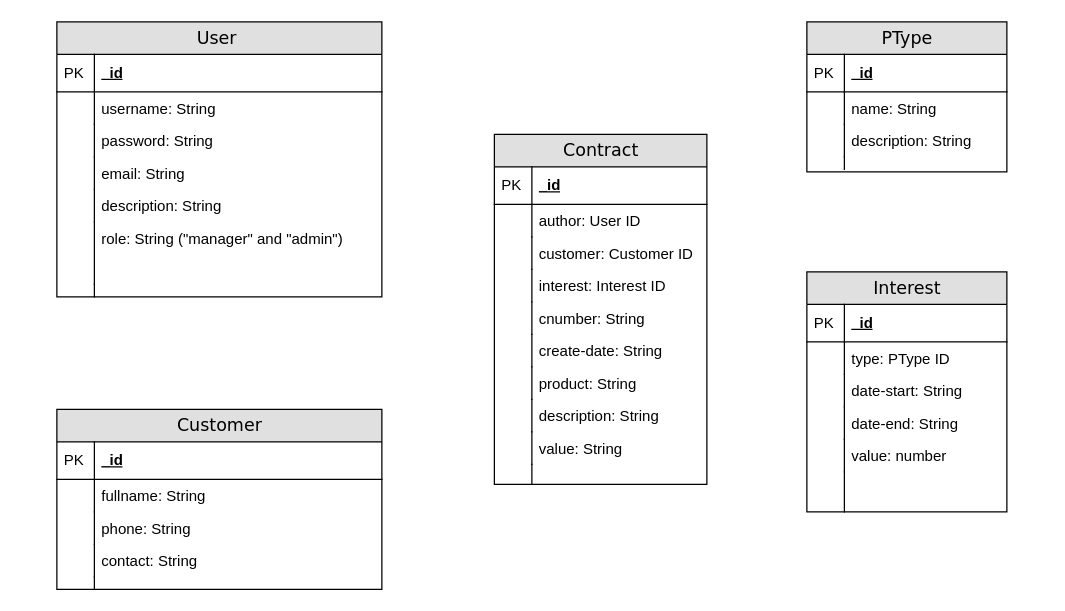
Before: Entity relationship Diagram.drawio in nhuttuan239/PawnApp-be, a draw.io diagram. Source tidied: cells renumbered, new cells numbered last; positions are measured from the earlier drawing's top-left corner, leaving out a move shared by most shapes. Both pictures are drawn from the tidied source at 125%, with x=0, y=0 at pixel (56, 21).
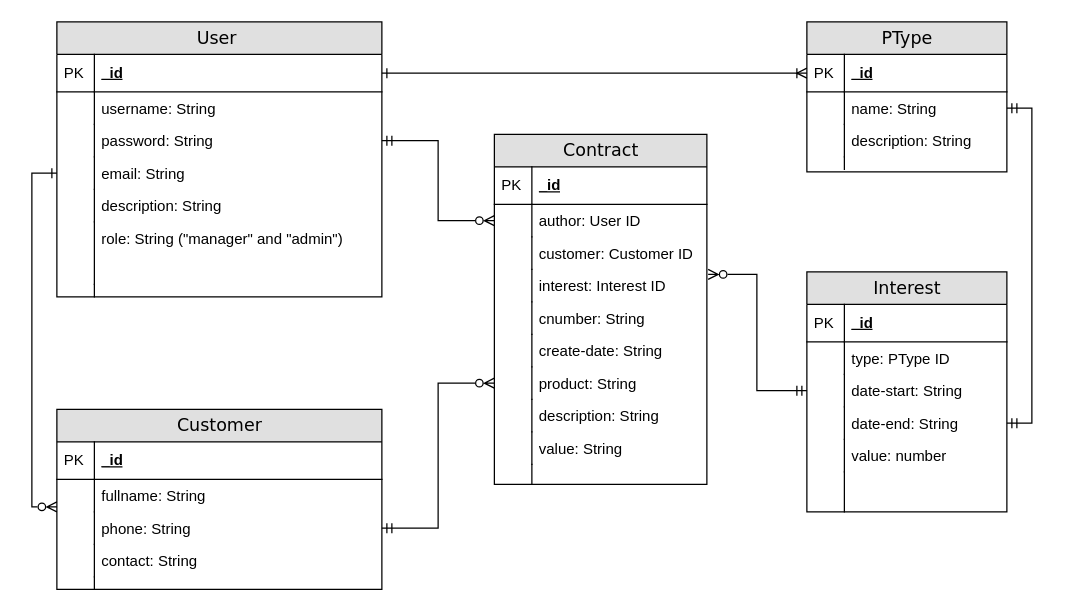
After the change.

Unchanged cells that the change refers to:
```xml
<mxCell id="5" value="author: User ID" style="shape=partialRectangle;top=0;left=0;right=0;bottom=0;html=1;align=left;verticalAlign=top;fillColor=none;spacingLeft=34;spacingRight=4;whiteSpace=wrap;overflow=hidden;points=[[0,0.5],[1,0.5]];portConstraint=eastwest;" parent="2" vertex="1">
  <mxGeometry y="56" width="170" height="26" as="geometry" />
</mxCell>
<mxCell id="9" value="interest: Interest ID" style="shape=partialRectangle;top=0;left=0;right=0;bottom=0;html=1;align=left;verticalAlign=top;fillColor=none;spacingLeft=34;spacingRight=4;whiteSpace=wrap;overflow=hidden;points=[[0,0.5],[1,0.5]];portConstraint=eastwest;" parent="2" vertex="1">
  <mxGeometry y="108" width="170" height="26" as="geometry" />
</mxCell>
<mxCell id="15" value="product: String" style="shape=partialRectangle;top=0;left=0;right=0;bottom=0;html=1;align=left;verticalAlign=top;fillColor=none;spacingLeft=34;spacingRight=4;whiteSpace=wrap;overflow=hidden;points=[[0,0.5],[1,0.5]];portConstraint=eastwest;" parent="2" vertex="1">
  <mxGeometry y="186" width="170" height="26" as="geometry" />
</mxCell>
<mxCell id="24" value="_id" style="shape=partialRectangle;top=0;left=0;right=0;bottom=1;html=1;align=left;verticalAlign=middle;fillColor=none;spacingLeft=34;spacingRight=4;whiteSpace=wrap;overflow=hidden;points=[[0,0.5],[1,0.5]];portConstraint=eastwest;fontStyle=5;" parent="23" vertex="1">
  <mxGeometry y="26" width="260" height="30" as="geometry" />
</mxCell>
<mxCell id="28" value="password: String" style="shape=partialRectangle;top=0;left=0;right=0;bottom=0;html=1;align=left;verticalAlign=top;fillColor=none;spacingLeft=34;spacingRight=4;whiteSpace=wrap;overflow=hidden;points=[[0,0.5],[1,0.5]];portConstraint=eastwest;" parent="23" vertex="1">
  <mxGeometry y="82" width="260" height="26" as="geometry" />
</mxCell>
<mxCell id="30" value="email: String" style="shape=partialRectangle;top=0;left=0;right=0;bottom=0;html=1;align=left;verticalAlign=top;fillColor=none;spacingLeft=34;spacingRight=4;whiteSpace=wrap;overflow=hidden;points=[[0,0.5],[1,0.5]];portConstraint=eastwest;" parent="23" vertex="1">
  <mxGeometry y="108" width="260" height="26" as="geometry" />
</mxCell>
<mxCell id="43" value="date-start: String" style="shape=partialRectangle;top=0;left=0;right=0;bottom=0;html=1;align=left;verticalAlign=top;fillColor=none;spacingLeft=34;spacingRight=4;whiteSpace=wrap;overflow=hidden;points=[[0,0.5],[1,0.5]];portConstraint=eastwest;" parent="38" vertex="1">
  <mxGeometry y="82" width="160" height="26" as="geometry" />
</mxCell>
<mxCell id="45" value="date-end: String" style="shape=partialRectangle;top=0;left=0;right=0;bottom=0;html=1;align=left;verticalAlign=top;fillColor=none;spacingLeft=34;spacingRight=4;whiteSpace=wrap;overflow=hidden;points=[[0,0.5],[1,0.5]];portConstraint=eastwest;" parent="38" vertex="1">
  <mxGeometry y="108" width="160" height="26" as="geometry" />
</mxCell>
<mxCell id="52" value="_id" style="shape=partialRectangle;top=0;left=0;right=0;bottom=1;html=1;align=left;verticalAlign=middle;fillColor=none;spacingLeft=34;spacingRight=4;whiteSpace=wrap;overflow=hidden;points=[[0,0.5],[1,0.5]];portConstraint=eastwest;fontStyle=5;" parent="51" vertex="1">
  <mxGeometry y="26" width="160" height="30" as="geometry" />
</mxCell>
<mxCell id="54" value="name: String" style="shape=partialRectangle;top=0;left=0;right=0;bottom=0;html=1;align=left;verticalAlign=top;fillColor=none;spacingLeft=34;spacingRight=4;whiteSpace=wrap;overflow=hidden;points=[[0,0.5],[1,0.5]];portConstraint=eastwest;" parent="51" vertex="1">
  <mxGeometry y="56" width="160" height="26" as="geometry" />
</mxCell>
<mxCell id="63" value="fullname: String" style="shape=partialRectangle;top=0;left=0;right=0;bottom=0;html=1;align=left;verticalAlign=top;fillColor=none;spacingLeft=34;spacingRight=4;whiteSpace=wrap;overflow=hidden;points=[[0,0.5],[1,0.5]];portConstraint=eastwest;" parent="60" vertex="1">
  <mxGeometry y="56" width="260" height="26" as="geometry" />
</mxCell>
<mxCell id="65" value="phone: String" style="shape=partialRectangle;top=0;left=0;right=0;bottom=0;html=1;align=left;verticalAlign=top;fillColor=none;spacingLeft=34;spacingRight=4;whiteSpace=wrap;overflow=hidden;points=[[0,0.5],[1,0.5]];portConstraint=eastwest;" parent="60" vertex="1">
  <mxGeometry y="82" width="260" height="26" as="geometry" />
</mxCell>
```

The edit, as a diff of the source:
```diff
@@
+    <mxCell id="71" style="edgeStyle=orthogonalEdgeStyle;rounded=0;jettySize=auto;html=1;exitX=1;exitY=0.5;exitDx=0;exitDy=0;entryX=0;entryY=0.5;entryDx=0;entryDy=0;startArrow=ERmandOne;startFill=0;endArrow=ERzeroToMany;endFill=0;" parent="1" edge="1" source="28" target="5">
+      <mxGeometry relative="1" as="geometry" />
+    </mxCell>
+    <mxCell id="72" style="edgeStyle=orthogonalEdgeStyle;rounded=0;jettySize=auto;html=1;exitX=0;exitY=0.5;exitDx=0;exitDy=0;entryX=0;entryY=0.846;entryDx=0;entryDy=0;entryPerimeter=0;endArrow=ERzeroToMany;endFill=0;startArrow=ERone;startFill=0;" parent="1" edge="1" source="30" target="63">
+      <mxGeometry relative="1" as="geometry" />
+    </mxCell>
+    <mxCell id="73" style="edgeStyle=orthogonalEdgeStyle;rounded=0;jettySize=auto;html=1;exitX=1;exitY=0.5;exitDx=0;exitDy=0;entryX=0;entryY=0.5;entryDx=0;entryDy=0;startArrow=ERmandOne;startFill=0;endArrow=ERzeroToMany;endFill=0;" parent="1" edge="1" source="65" target="15">
+      <mxGeometry relative="1" as="geometry" />
+    </mxCell>
+    <mxCell id="74" style="edgeStyle=orthogonalEdgeStyle;rounded=0;jettySize=auto;html=1;exitX=1;exitY=0.5;exitDx=0;exitDy=0;entryX=1;entryY=0.5;entryDx=0;entryDy=0;startArrow=ERmandOne;startFill=0;endArrow=ERmandOne;endFill=0;" parent="1" edge="1" source="54" target="45">
+      <mxGeometry relative="1" as="geometry" />
+    </mxCell>
+    <mxCell id="75" style="edgeStyle=orthogonalEdgeStyle;rounded=0;jettySize=auto;html=1;exitX=1;exitY=0.5;exitDx=0;exitDy=0;entryX=0;entryY=0.5;entryDx=0;entryDy=0;startArrow=ERone;startFill=0;endArrow=ERoneToMany;endFill=0;" parent="1" edge="1" source="24" target="52">
+      <mxGeometry relative="1" as="geometry" />
+    </mxCell>
+    <mxCell id="76" style="edgeStyle=orthogonalEdgeStyle;rounded=0;jettySize=auto;html=1;exitX=0;exitY=0.5;exitDx=0;exitDy=0;entryX=1.006;entryY=0.154;entryDx=0;entryDy=0;entryPerimeter=0;startArrow=ERmandOne;startFill=0;endArrow=ERzeroToMany;endFill=0;" parent="1" edge="1" source="43" target="9">
+      <mxGeometry relative="1" as="geometry" />
+    </mxCell>
```
